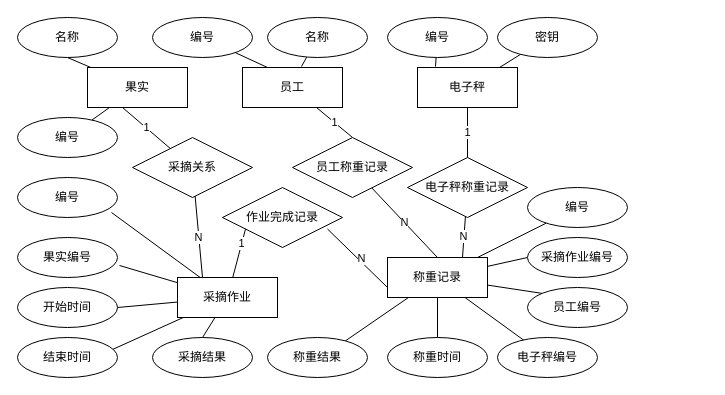
Before: design/数据库设计-ER.dio in akynazh/aws, a draw.io diagram. Source tidied: cells renumbered, new cells numbered last; positions are measured from the earlier drawing's top-left corner, leaving out a move shared by most shapes. Both pictures are drawn from the tidied source at 100%, with x=0, y=0 at pixel (17, 17).
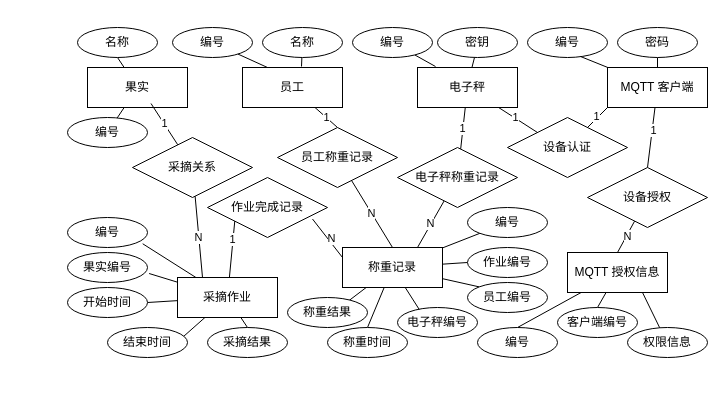
After the change.

The change refers to these unchanged cells:
```xml
<mxCell id="4" value="果实" style="whiteSpace=wrap;html=1;align=center;" parent="1" vertex="1">
  <mxGeometry x="70" y="50" width="100" height="40" as="geometry" />
</mxCell>
<mxCell id="15" value="采摘关系" style="shape=rhombus;perimeter=rhombusPerimeter;whiteSpace=wrap;html=1;align=center;" parent="1" vertex="1">
  <mxGeometry x="115" y="120" width="120" height="60" as="geometry" />
</mxCell>
<mxCell id="20" value="电子秤" style="whiteSpace=wrap;html=1;align=center;" parent="1" vertex="1">
  <mxGeometry x="400" y="50" width="100" height="40" as="geometry" />
</mxCell>
```

What changed in the source:
```diff
@@
-    <mxCell id="13" value="1" style="edgeStyle=none;html=1;entryX=0.35;entryY=1;entryDx=0;entryDy=0;entryPerimeter=0;strokeColor=default;endArrow=none;endFill=0;" parent="1" edge="1" source="15" target="4">
+    <mxCell id="13" value="1" style="edgeStyle=none;html=1;entryX=0.635;entryY=0.9;entryDx=0;entryDy=0;entryPerimeter=0;strokeColor=default;endArrow=none;endFill=0;" parent="1" edge="1" source="15" target="4">
       <mxGeometry relative="1" as="geometry" />
     </mxCell>
@@
     <mxCell id="17" value="编号" style="ellipse;whiteSpace=wrap;html=1;align=center;" parent="1" vertex="1">
-      <mxGeometry y="100" width="100" height="40" as="geometry" />
+      <mxGeometry x="50" y="100" width="80" height="30" as="geometry" />
     </mxCell>
     <mxCell id="18" value="名称" style="ellipse;whiteSpace=wrap;html=1;align=center;" parent="1" vertex="1">
-      <mxGeometry width="100" height="40" as="geometry" />
+      <mxGeometry x="60" y="10" width="80" height="30" as="geometry" />
     </mxCell>
@@
+    <mxCell id="57" style="edgeStyle=none;html=1;entryX=0;entryY=0;entryDx=0;entryDy=0;endArrow=none;endFill=0;" parent="1" edge="1" source="20" target="68">
+      <mxGeometry relative="1" as="geometry" />
+    </mxCell>
+    <mxCell id="58" value="1" style="edgeLabel;html=1;align=center;verticalAlign=middle;" parent="57" vertex="1">
+      <mxGeometry x="-0.18" y="1" relative="1" as="geometry" />
+    </mxCell>
@@
     <mxCell id="29" value="称重记录" style="whiteSpace=wrap;html=1;align=center;" parent="1" vertex="1">
-      <mxGeometry x="370" y="240" width="100" height="40" as="geometry" />
+      <mxGeometry x="325" y="230" width="100" height="40" as="geometry" />
     </mxCell>
@@
     <mxCell id="32" value="电子秤称重记录" style="shape=rhombus;perimeter=rhombusPerimeter;whiteSpace=wrap;html=1;align=center;" parent="1" vertex="1">
-      <mxGeometry x="390" y="140" width="120" height="60" as="geometry" />
+      <mxGeometry x="380" y="130" width="120" height="60" as="geometry" />
     </mxCell>
@@
     <mxCell id="34" value="员工称重记录" style="shape=rhombus;perimeter=rhombusPerimeter;whiteSpace=wrap;html=1;align=center;" parent="1" vertex="1">
-      <mxGeometry x="275" y="120" width="120" height="60" as="geometry" />
+      <mxGeometry x="260" y="110" width="120" height="60" as="geometry" />
     </mxCell>
-    <mxCell id="35" style="edgeStyle=none;html=1;entryX=0;entryY=0.75;entryDx=0;entryDy=0;strokeColor=default;endArrow=none;endFill=0;exitX=0.875;exitY=0.692;exitDx=0;exitDy=0;exitPerimeter=0;" parent="1" edge="1" source="37" target="29">
+    <mxCell id="35" style="edgeStyle=none;html=1;entryX=0;entryY=0.25;entryDx=0;entryDy=0;strokeColor=default;endArrow=none;endFill=0;exitX=0.875;exitY=0.692;exitDx=0;exitDy=0;exitPerimeter=0;" parent="1" edge="1" source="37" target="29">
       <mxGeometry relative="1" as="geometry" />
     </mxCell>
@@
     <mxCell id="37" value="作业完成记录" style="shape=rhombus;perimeter=rhombusPerimeter;whiteSpace=wrap;html=1;align=center;" parent="1" vertex="1">
-      <mxGeometry x="205" y="170" width="120" height="60" as="geometry" />
+      <mxGeometry x="190" y="160" width="120" height="60" as="geometry" />
     </mxCell>
@@
     <mxCell id="39" value="编号" style="ellipse;whiteSpace=wrap;html=1;align=center;" parent="1" vertex="1">
-      <mxGeometry x="135" width="100" height="40" as="geometry" />
+      <mxGeometry x="155" y="10" width="80" height="30" as="geometry" />
     </mxCell>
@@
     <mxCell id="41" value="名称" style="ellipse;whiteSpace=wrap;html=1;align=center;" parent="1" vertex="1">
-      <mxGeometry x="250" width="100" height="40" as="geometry" />
+      <mxGeometry x="245" y="10" width="80" height="30" as="geometry" />
     </mxCell>
@@
     <mxCell id="43" value="编号" style="ellipse;whiteSpace=wrap;html=1;align=center;" parent="1" vertex="1">
-      <mxGeometry x="370" width="100" height="40" as="geometry" />
+      <mxGeometry x="335" y="10" width="80" height="30" as="geometry" />
     </mxCell>
@@
     <mxCell id="45" value="密钥" style="ellipse;whiteSpace=wrap;html=1;align=center;" parent="1" vertex="1">
-      <mxGeometry x="480" width="100" height="40" as="geometry" />
+      <mxGeometry x="420" y="10" width="80" height="30" as="geometry" />
     </mxCell>
     <mxCell id="46" value="编号" style="ellipse;whiteSpace=wrap;html=1;align=center;" parent="1" vertex="1">
-      <mxGeometry y="160" width="100" height="40" as="geometry" />
+      <mxGeometry x="50" y="200" width="80" height="30" as="geometry" />
     </mxCell>
-    <mxCell id="47" value="采摘作业编号" style="ellipse;whiteSpace=wrap;html=1;align=center;" parent="1" vertex="1">
-      <mxGeometry x="510" y="220" width="100" height="40" as="geometry" />
+    <mxCell id="47" value="作业编号" style="ellipse;whiteSpace=wrap;html=1;align=center;" parent="1" vertex="1">
+      <mxGeometry x="450" y="230" width="80" height="30" as="geometry" />
     </mxCell>
     <mxCell id="48" value="员工编号" style="ellipse;whiteSpace=wrap;html=1;align=center;" parent="1" vertex="1">
-      <mxGeometry x="510" y="270" width="100" height="40" as="geometry" />
+      <mxGeometry x="450" y="265" width="80" height="30" as="geometry" />
     </mxCell>
     <mxCell id="49" value="编号" style="ellipse;whiteSpace=wrap;html=1;align=center;" parent="1" vertex="1">
-      <mxGeometry x="510" y="170" width="100" height="40" as="geometry" />
+      <mxGeometry x="450" y="190" width="80" height="30" as="geometry" />
     </mxCell>
     <mxCell id="50" value="果实编号" style="ellipse;whiteSpace=wrap;html=1;align=center;" parent="1" vertex="1">
-      <mxGeometry y="220" width="100" height="40" as="geometry" />
+      <mxGeometry x="50" y="235" width="80" height="30" as="geometry" />
     </mxCell>
     <mxCell id="51" value="开始时间" style="ellipse;whiteSpace=wrap;html=1;align=center;" parent="1" vertex="1">
-      <mxGeometry y="270" width="100" height="40" as="geometry" />
+      <mxGeometry x="50" y="270" width="80" height="30" as="geometry" />
     </mxCell>
     <mxCell id="52" value="结束时间" style="ellipse;whiteSpace=wrap;html=1;align=center;" parent="1" vertex="1">
-      <mxGeometry y="320" width="100" height="40" as="geometry" />
+      <mxGeometry x="90" y="310" width="80" height="30" as="geometry" />
     </mxCell>
     <mxCell id="53" value="采摘结果" style="ellipse;whiteSpace=wrap;html=1;align=center;" parent="1" vertex="1">
-      <mxGeometry x="135" y="320" width="100" height="40" as="geometry" />
+      <mxGeometry x="190" y="310" width="80" height="30" as="geometry" />
     </mxCell>
     <mxCell id="54" value="电子秤编号" style="ellipse;whiteSpace=wrap;html=1;align=center;" parent="1" vertex="1">
-      <mxGeometry x="480" y="320" width="100" height="40" as="geometry" />
+      <mxGeometry x="380" y="290" width="80" height="30" as="geometry" />
     </mxCell>
     <mxCell id="55" value="称重时间" style="ellipse;whiteSpace=wrap;html=1;align=center;" parent="1" vertex="1">
-      <mxGeometry x="370" y="320" width="100" height="40" as="geometry" />
+      <mxGeometry x="310" y="310" width="80" height="30" as="geometry" />
     </mxCell>
     <mxCell id="56" value="称重结果" style="ellipse;whiteSpace=wrap;html=1;align=center;" parent="1" vertex="1">
-      <mxGeometry x="250" y="320" width="100" height="40" as="geometry" />
+      <mxGeometry x="270" y="280" width="80" height="30" as="geometry" />
     </mxCell>
+    <mxCell id="59" style="edgeStyle=none;html=1;entryX=0.5;entryY=1;entryDx=0;entryDy=0;endArrow=none;endFill=0;" parent="1" edge="1" source="62" target="69">
+      <mxGeometry relative="1" as="geometry" />
+    </mxCell>
+    <mxCell id="60" style="edgeStyle=none;html=1;entryX=0.5;entryY=0;entryDx=0;entryDy=0;endArrow=none;endFill=0;" parent="1" edge="1" source="62" target="74">
+      <mxGeometry relative="1" as="geometry" />
+    </mxCell>
+    <mxCell id="61" value="1" style="edgeLabel;html=1;align=center;verticalAlign=middle;" parent="60" vertex="1">
+      <mxGeometry x="-0.23" y="1" relative="1" as="geometry" />
+    </mxCell>
+    <mxCell id="62" value="MQTT 客户端" style="whiteSpace=wrap;html=1;align=center;" parent="1" vertex="1">
+      <mxGeometry x="590" y="50" width="100" height="40" as="geometry" />
+    </mxCell>
+    <mxCell id="63" style="edgeStyle=none;html=1;entryX=0.5;entryY=0;entryDx=0;entryDy=0;endArrow=none;endFill=0;" parent="1" edge="1" source="65" target="75">
+      <mxGeometry relative="1" as="geometry" />
+    </mxCell>
+    <mxCell id="64" style="edgeStyle=none;html=1;entryX=0.5;entryY=0;entryDx=0;entryDy=0;endArrow=none;endFill=0;" parent="1" edge="1" source="65" target="76">
+      <mxGeometry relative="1" as="geometry" />
+    </mxCell>
+    <mxCell id="65" value="MQTT 授权信息" style="whiteSpace=wrap;html=1;align=center;" parent="1" vertex="1">
+      <mxGeometry x="550" y="235" width="100" height="40" as="geometry" />
+    </mxCell>
+    <mxCell id="66" style="edgeStyle=none;html=1;entryX=0;entryY=1;entryDx=0;entryDy=0;endArrow=none;endFill=0;" parent="1" edge="1" source="68" target="62">
+      <mxGeometry relative="1" as="geometry" />
+    </mxCell>
+    <mxCell id="67" value="1" style="edgeLabel;html=1;align=center;verticalAlign=middle;" parent="66" vertex="1">
+      <mxGeometry x="-0.02" y="2" relative="1" as="geometry" />
+    </mxCell>
+    <mxCell id="68" value="设备认证" style="shape=rhombus;perimeter=rhombusPerimeter;whiteSpace=wrap;html=1;align=center;" parent="1" vertex="1">
+      <mxGeometry x="490" y="100" width="120" height="60" as="geometry" />
+    </mxCell>
+    <mxCell id="69" value="密码" style="ellipse;whiteSpace=wrap;html=1;align=center;" parent="1" vertex="1">
+      <mxGeometry x="600" y="10" width="80" height="30" as="geometry" />
+    </mxCell>
+    <mxCell id="70" value="编号" style="ellipse;whiteSpace=wrap;html=1;align=center;" parent="1" vertex="1">
+      <mxGeometry x="510" y="10" width="80" height="30" as="geometry" />
+    </mxCell>
+    <mxCell id="71" style="edgeStyle=none;html=1;entryX=0.663;entryY=0.967;entryDx=0;entryDy=0;endArrow=none;endFill=0;entryPerimeter=0;" parent="1" edge="1" source="62" target="70">
+      <mxGeometry relative="1" as="geometry" />
+    </mxCell>
+    <mxCell id="72" style="edgeStyle=none;html=1;entryX=0.5;entryY=0;entryDx=0;entryDy=0;endArrow=none;endFill=0;" parent="1" edge="1" source="74" target="65">
+      <mxGeometry relative="1" as="geometry" />
+    </mxCell>
+    <mxCell id="73" value="N" style="edgeLabel;html=1;align=center;verticalAlign=middle;" parent="72" vertex="1">
+      <mxGeometry x="-0.07" relative="1" as="geometry" />
+    </mxCell>
+    <mxCell id="74" value="设备授权" style="shape=rhombus;perimeter=rhombusPerimeter;whiteSpace=wrap;html=1;align=center;" parent="1" vertex="1">
+      <mxGeometry x="570" y="150" width="120" height="60" as="geometry" />
+    </mxCell>
+    <mxCell id="75" value="编号" style="ellipse;whiteSpace=wrap;html=1;align=center;" parent="1" vertex="1">
+      <mxGeometry x="460" y="310" width="80" height="30" as="geometry" />
+    </mxCell>
+    <mxCell id="76" value="客户端编号" style="ellipse;whiteSpace=wrap;html=1;align=center;" parent="1" vertex="1">
+      <mxGeometry x="540" y="290" width="80" height="30" as="geometry" />
+    </mxCell>
+    <mxCell id="77" style="edgeStyle=none;html=1;entryX=0.425;entryY=0.133;entryDx=0;entryDy=0;endArrow=none;endFill=0;exitX=0.75;exitY=1;exitDx=0;exitDy=0;entryPerimeter=0;" parent="1" edge="1" source="65" target="78">
+      <mxGeometry relative="1" as="geometry" />
+    </mxCell>
+    <mxCell id="78" value="权限信息" style="ellipse;whiteSpace=wrap;html=1;align=center;" parent="1" vertex="1">
+      <mxGeometry x="610" y="310" width="80" height="30" as="geometry" />
+    </mxCell>
```
